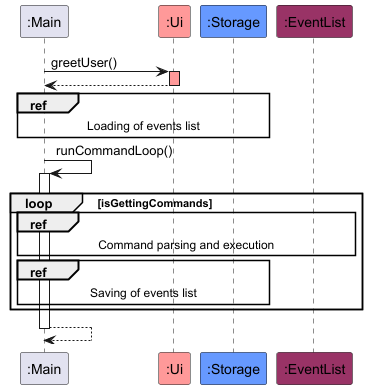
The PlantUML diagram docs/images/ArchitectureSequenceDiagram.png in nus-cs2113-AY2425S1/tp, before a commit. The source it was exported from:
```plantuml
@startuml
!include style.puml

Participant ":Main" as main
Participant ":Ui" as ui UI_COLOUR
Participant ":Storage" as storage STORAGE_COLOUR
Participant ":EventList" as events EVENT_COLOUR

main -> ui : greetUser()
activate ui UI_COLOUR
return

ref over main, storage : Loading of events list

main -> main : runCommandLoop()
activate main

loop isGettingCommands
ref over main, events :  Command parsing and execution
ref over main, storage : Saving of events list
end

return

@enduml
```
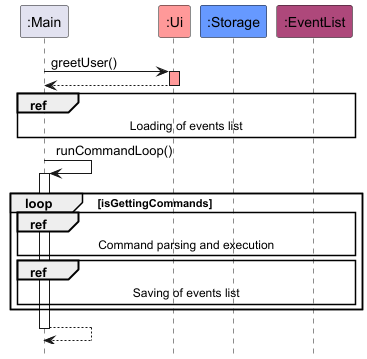
The same diagram one commit later.

Diff of the diagram source:
```diff
@@ -1,5 +1,6 @@
 @startuml
 !include style.puml
+hide footbox
 
 Participant ":Main" as main
 Participant ":Ui" as ui UI_COLOUR
@@ -10,14 +11,14 @@
 activate ui UI_COLOUR
 return
 
-ref over main, storage : Loading of events list
+ref over main, storage, events : Loading of events list
 
 main -> main : runCommandLoop()
 activate main
 
 loop isGettingCommands
 ref over main, events :  Command parsing and execution
-ref over main, storage : Saving of events list
+ref over main, storage, events : Saving of events list
 end
 
 return
```
